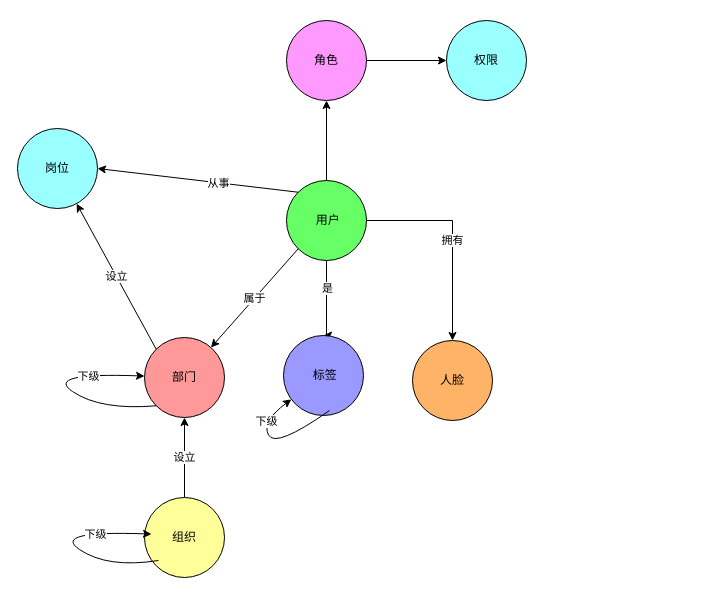
evilbinary/data keeps this draw.io diagram as graph.drawio. Above is the earlier version. Source tidied: cells renumbered, new cells numbered last; positions are measured from the earlier drawing's top-left corner, leaving out a move shared by most shapes. Both pictures are drawn from the tidied source at 100%, with x=0, y=0 at pixel (17, 20).
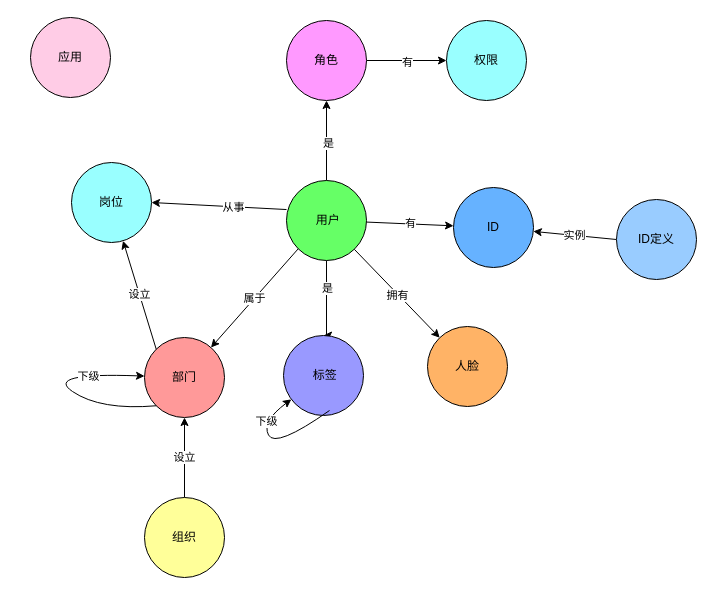
After the change.

The change refers to these unchanged cells:
```xml
<mxCell id="6" style="edgeStyle=orthogonalEdgeStyle;rounded=0;jettySize=auto;html=1;" parent="1" edge="1" source="7" target="16">
  <mxGeometry relative="1" as="geometry" />
</mxCell>
<mxCell id="7" value="&amp;nbsp;用户" style="ellipse;whiteSpace=wrap;html=1;fillColor=#66FF66;" parent="1" vertex="1">
  <mxGeometry x="269" y="160" width="80" height="80" as="geometry" />
</mxCell>
<mxCell id="15" style="edgeStyle=orthogonalEdgeStyle;rounded=0;jettySize=auto;html=1;" parent="1" edge="1" source="16" target="17">
  <mxGeometry relative="1" as="geometry" />
</mxCell>
```

Change to the diagram source:
```diff
@@
-    <mxCell id="2" style="edgeStyle=orthogonalEdgeStyle;rounded=0;jettySize=auto;html=1;" parent="1" edge="1" source="7" target="8">
+    <mxCell id="2" style="rounded=0;jettySize=auto;html=1;" parent="1" edge="1" source="7" target="8">
       <mxGeometry relative="1" as="geometry" />
     </mxCell>
@@
+    <mxCell id="27" value="是" style="edgeLabel;html=1;align=center;verticalAlign=middle;" parent="6" vertex="1">
+      <mxGeometry x="-0.05" y="-1" relative="1" as="geometry" />
+    </mxCell>
+    <mxCell id="28" value="有" style="edgeStyle=none;rounded=0;jettySize=auto;html=1;" parent="1" edge="1" source="7" target="31">
+      <mxGeometry relative="1" as="geometry" />
+    </mxCell>
@@
     <mxCell id="8" value="人脸" style="ellipse;whiteSpace=wrap;html=1;fillColor=#FFB366;" parent="1" vertex="1">
-      <mxGeometry x="395" y="320" width="80" height="80" as="geometry" />
+      <mxGeometry x="410" y="306" width="80" height="80" as="geometry" />
     </mxCell>
@@
+    <mxCell id="29" value="有" style="edgeLabel;html=1;align=center;verticalAlign=middle;" parent="15" vertex="1">
+      <mxGeometry y="-1" relative="1" as="geometry" />
+    </mxCell>
@@
     <mxCell id="18" value="岗位" style="ellipse;whiteSpace=wrap;html=1;fillColor=#99FFFF;" parent="1" vertex="1">
-      <mxGeometry y="108" width="80" height="80" as="geometry" />
+      <mxGeometry x="54" y="142" width="80" height="80" as="geometry" />
     </mxCell>
@@
-    <mxCell id="20" style="endArrow=classic;html=1;rounded=0;exitX=0;exitY=0;exitDx=0;exitDy=0;entryX=1;entryY=0.5;entryDx=0;entryDy=0;" parent="1" edge="1" source="7" target="18">
+    <mxCell id="20" style="endArrow=classic;html=1;rounded=0;exitX=0;exitY=0.363;exitDx=0;exitDy=0;entryX=1;entryY=0.5;entryDx=0;entryDy=0;exitPerimeter=0;" parent="1" edge="1" source="7" target="18">
       <mxGeometry relative="1" as="geometry" />
     </mxCell>
@@
-    <mxCell id="24" style="curved=1;endArrow=classic;html=1;rounded=0;" parent="1" edge="1">
-      <mxGeometry relative="1" as="geometry">
-        <mxPoint x="141" y="540" as="sourcePoint" />
-        <mxPoint x="134" y="513.6" as="targetPoint" />
-        <Array as="points">
-          <mxPoint x="90" y="548" />
-          <mxPoint x="34" y="510" />
-        </Array>
-      </mxGeometry>
-    </mxCell>
-    <mxCell id="25" value="下级" style="edgeLabel;html=1;align=center;verticalAlign=middle;" parent="24" vertex="1">
-      <mxGeometry x="0.49" y="-2" relative="1" as="geometry" />
-    </mxCell>
@@
+    <mxCell id="30" value="实例" style="rounded=0;jettySize=auto;html=1;exitX=0;exitY=0.5;exitDx=0;exitDy=0;" parent="1" edge="1" source="32" target="31">
+      <mxGeometry relative="1" as="geometry" />
+    </mxCell>
+    <mxCell id="31" value="ID" style="ellipse;whiteSpace=wrap;html=1;fillColor=#66B2FF;" parent="1" vertex="1">
+      <mxGeometry x="436" y="167" width="80" height="80" as="geometry" />
+    </mxCell>
+    <mxCell id="32" value="ID定义" style="ellipse;whiteSpace=wrap;html=1;fillColor=#99CCFF;" parent="1" vertex="1">
+      <mxGeometry x="599" y="179" width="80" height="80" as="geometry" />
+    </mxCell>
+    <mxCell id="33" value="应用" style="ellipse;whiteSpace=wrap;html=1;fillColor=#FFCCE6;" parent="1" vertex="1">
+      <mxGeometry x="13" y="-3" width="80" height="80" as="geometry" />
+    </mxCell>
```
